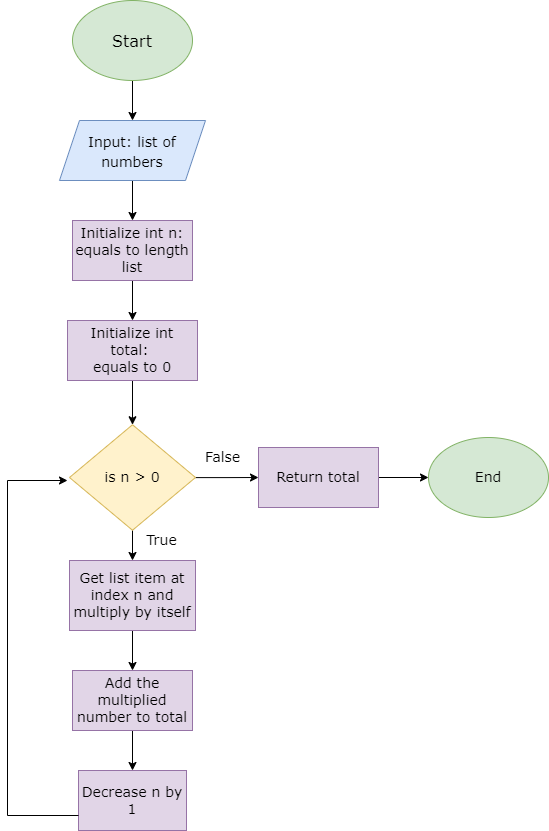
princeibs/alx-pre_course keeps this draw.io diagram as 0x00-map_your_mind/0-sum_squares.png. Above is the earlier version. Source tidied: cells renumbered, new cells last; positions are measured from the earlier drawing's top-left corner, leaving out a move shared by most shapes.
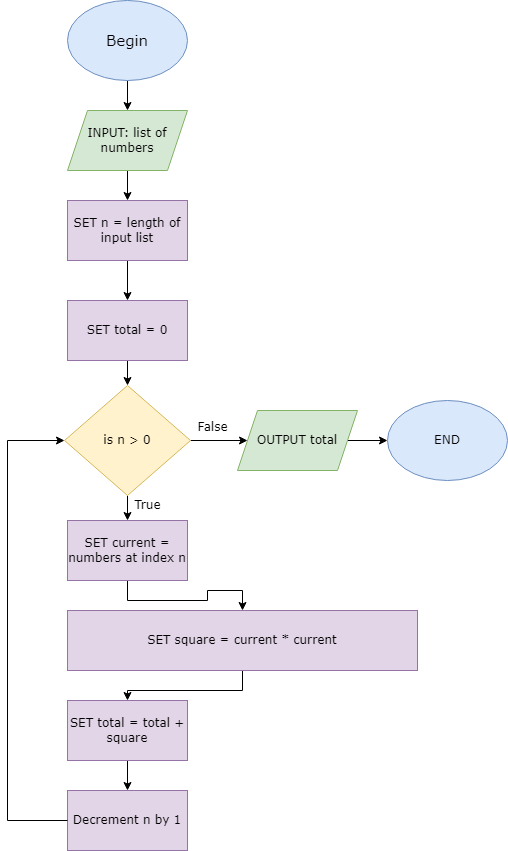
The same file after the commit.

What changed in the source:
```diff
@@ -2,82 +2,83 @@
   <root>
     <mxCell id="0" />
     <mxCell id="1" parent="0" />
-    <mxCell id="2" style="edgeStyle=orthogonalEdgeStyle;rounded=0;jettySize=auto;html=1;fontFamily=Verdana;fontSize=14;" parent="1" edge="1" source="3" target="5">
-      <mxGeometry relative="1" as="geometry" />
-    </mxCell>
-    <mxCell id="3" value="&lt;font style=&quot;font-size: 16px&quot; face=&quot;Verdana&quot;&gt;Start&lt;/font&gt;" style="ellipse;whiteSpace=wrap;html=1;fillColor=#d5e8d4;strokeColor=#82b366;" parent="1" vertex="1">
-      <mxGeometry x="65" width="120" height="80" as="geometry" />
-    </mxCell>
-    <mxCell id="4" style="edgeStyle=orthogonalEdgeStyle;rounded=0;jettySize=auto;html=1;fontFamily=Verdana;fontSize=14;" parent="1" edge="1" source="5" target="7">
-      <mxGeometry relative="1" as="geometry" />
-    </mxCell>
-    <mxCell id="5" value="&lt;font style=&quot;font-size: 14px&quot;&gt;Input: list of numbers&lt;/font&gt;" style="shape=parallelogram;perimeter=parallelogramPerimeter;whiteSpace=wrap;html=1;fixedSize=1;fontFamily=Verdana;fontSize=16;fillColor=#dae8fc;strokeColor=#6c8ebf;" parent="1" vertex="1">
-      <mxGeometry x="52" y="120" width="146" height="60" as="geometry" />
-    </mxCell>
-    <mxCell id="6" style="edgeStyle=orthogonalEdgeStyle;rounded=0;jettySize=auto;html=1;fontFamily=Verdana;fontSize=14;" parent="1" edge="1" source="7" target="9">
-      <mxGeometry relative="1" as="geometry" />
-    </mxCell>
-    <mxCell id="7" value="Initialize int n: equals to length list" style="rounded=0;whiteSpace=wrap;html=1;fontFamily=Verdana;fontSize=14;fillColor=#e1d5e7;strokeColor=#9673a6;" parent="1" vertex="1">
-      <mxGeometry x="65" y="220" width="120" height="60" as="geometry" />
-    </mxCell>
-    <mxCell id="8" style="edgeStyle=orthogonalEdgeStyle;rounded=0;jettySize=auto;html=1;fontFamily=Verdana;fontSize=14;" parent="1" edge="1" source="9" target="12">
-      <mxGeometry relative="1" as="geometry" />
-    </mxCell>
-    <mxCell id="9" value="Initialize int total:&amp;nbsp;&lt;br&gt;equals to 0" style="rounded=0;whiteSpace=wrap;html=1;fontFamily=Verdana;fontSize=14;fillColor=#e1d5e7;strokeColor=#9673a6;" parent="1" vertex="1">
-      <mxGeometry x="60" y="320" width="130" height="60" as="geometry" />
-    </mxCell>
-    <mxCell id="10" style="edgeStyle=orthogonalEdgeStyle;rounded=0;jettySize=auto;html=1;fontFamily=Verdana;fontSize=14;" parent="1" edge="1" source="12" target="15">
-      <mxGeometry relative="1" as="geometry" />
-    </mxCell>
-    <mxCell id="11" style="edgeStyle=orthogonalEdgeStyle;rounded=0;jettySize=auto;html=1;fontFamily=Verdana;fontSize=14;" parent="1" edge="1" source="12" target="17">
-      <mxGeometry relative="1" as="geometry" />
-    </mxCell>
+    <mxCell id="25" style="edgeStyle=orthogonalEdgeStyle;rounded=0;jettySize=auto;html=1;fontFamily=Verdana;fontSize=15;" parent="1" edge="1" source="26" target="28">
+      <mxGeometry relative="1" as="geometry" />
+    </mxCell>
+    <mxCell id="26" value="&lt;font face=&quot;Verdana&quot; style=&quot;font-size: 15px&quot;&gt;Begin&lt;/font&gt;" style="ellipse;whiteSpace=wrap;html=1;fillColor=#dae8fc;strokeColor=#6c8ebf;" parent="1" vertex="1">
+      <mxGeometry x="91" y="10" width="120" height="80" as="geometry" />
+    </mxCell>
+    <mxCell id="27" style="edgeStyle=orthogonalEdgeStyle;rounded=0;jettySize=auto;html=1;fontFamily=Verdana;fontSize=15;" parent="1" edge="1" source="28" target="30">
+      <mxGeometry relative="1" as="geometry" />
+    </mxCell>
+    <mxCell id="28" value="&lt;font face=&quot;Verdana&quot;&gt;INPUT: list of numbers&lt;/font&gt;" style="shape=parallelogram;perimeter=parallelogramPerimeter;whiteSpace=wrap;html=1;fixedSize=1;fillColor=#d5e8d4;strokeColor=#82b366;" parent="1" vertex="1">
+      <mxGeometry x="91" y="120" width="120" height="60" as="geometry" />
+    </mxCell>
+    <mxCell id="29" style="edgeStyle=orthogonalEdgeStyle;rounded=0;jettySize=auto;html=1;fontFamily=Verdana;fontSize=15;" parent="1" edge="1" source="30" target="32">
+      <mxGeometry relative="1" as="geometry" />
+    </mxCell>
+    <mxCell id="30" value="&lt;font face=&quot;Verdana&quot;&gt;SET n = length of input list&lt;/font&gt;" style="rounded=0;whiteSpace=wrap;html=1;fillColor=#e1d5e7;strokeColor=#9673a6;" parent="1" vertex="1">
+      <mxGeometry x="91" y="210" width="120" height="60" as="geometry" />
+    </mxCell>
+    <mxCell id="31" style="edgeStyle=orthogonalEdgeStyle;rounded=0;jettySize=auto;html=1;fontFamily=Verdana;fontSize=15;" parent="1" edge="1" source="32" target="12">
+      <mxGeometry relative="1" as="geometry" />
+    </mxCell>
+    <mxCell id="32" value="&lt;font face=&quot;Verdana&quot;&gt;SET total = 0&lt;/font&gt;" style="rounded=0;whiteSpace=wrap;html=1;fillColor=#e1d5e7;strokeColor=#9673a6;" parent="1" vertex="1">
+      <mxGeometry x="91" y="310" width="120" height="60" as="geometry" />
+    </mxCell>
+    <mxCell id="33" style="edgeStyle=orthogonalEdgeStyle;rounded=0;jettySize=auto;html=1;fontFamily=Verdana;fontSize=15;" parent="1" edge="1" source="12" target="43">
+      <mxGeometry relative="1" as="geometry" />
+    </mxCell>
+    <mxCell id="34" style="edgeStyle=orthogonalEdgeStyle;rounded=0;jettySize=auto;html=1;fontFamily=Verdana;fontSize=15;" parent="1" edge="1" source="12" target="36">
+      <mxGeometry relative="1" as="geometry" />
+    </mxCell>
-    <mxCell id="12" value="is n &amp;gt; 0" style="rhombus;whiteSpace=wrap;html=1;fontFamily=Verdana;fontSize=14;fillColor=#fff2cc;strokeColor=#d6b656;" parent="1" vertex="1">
-      <mxGeometry x="62" y="424.2" width="126" height="105.5" as="geometry" />
+    <mxCell id="12" value="&lt;font face=&quot;Verdana&quot;&gt;is n &amp;gt; 0&lt;/font&gt;" style="rhombus;whiteSpace=wrap;html=1;fillColor=#fff2cc;strokeColor=#d6b656;" parent="1" vertex="1">
+      <mxGeometry x="88" y="395" width="126" height="110" as="geometry" />
     </mxCell>
-    <mxCell id="13" value="End" style="ellipse;whiteSpace=wrap;html=1;fontFamily=Verdana;fontSize=14;fillColor=#d5e8d4;strokeColor=#82b366;" parent="1" vertex="1">
-      <mxGeometry x="421" y="437" width="120" height="80" as="geometry" />
-    </mxCell>
-    <mxCell id="14" style="edgeStyle=orthogonalEdgeStyle;rounded=0;jettySize=auto;html=1;fontFamily=Verdana;fontSize=14;" parent="1" edge="1" source="15" target="13">
-      <mxGeometry relative="1" as="geometry" />
-    </mxCell>
-    <mxCell id="15" value="Return total" style="rounded=0;whiteSpace=wrap;html=1;fontFamily=Verdana;fontSize=14;fillColor=#e1d5e7;strokeColor=#9673a6;" parent="1" vertex="1">
-      <mxGeometry x="251" y="447" width="120" height="60" as="geometry" />
-    </mxCell>
-    <mxCell id="16" style="edgeStyle=orthogonalEdgeStyle;rounded=0;jettySize=auto;html=1;fontFamily=Verdana;fontSize=14;" parent="1" edge="1" source="17" target="19">
-      <mxGeometry relative="1" as="geometry" />
-    </mxCell>
-    <mxCell id="17" value="Get list item at index n and multiply by itself" style="rounded=0;whiteSpace=wrap;html=1;fontFamily=Verdana;fontSize=14;fillColor=#e1d5e7;strokeColor=#9673a6;" parent="1" vertex="1">
-      <mxGeometry x="62" y="560" width="126" height="70" as="geometry" />
-    </mxCell>
-    <mxCell id="18" style="edgeStyle=orthogonalEdgeStyle;rounded=0;jettySize=auto;html=1;fontFamily=Verdana;fontSize=14;" parent="1" edge="1" source="19" target="21">
-      <mxGeometry relative="1" as="geometry" />
-    </mxCell>
-    <mxCell id="19" value="Add the multiplied number to total" style="rounded=0;whiteSpace=wrap;html=1;fontFamily=Verdana;fontSize=14;fillColor=#e1d5e7;strokeColor=#9673a6;" parent="1" vertex="1">
-      <mxGeometry x="65" y="670" width="120" height="60" as="geometry" />
-    </mxCell>
-    <mxCell id="20" style="edgeStyle=orthogonalEdgeStyle;rounded=0;jettySize=auto;html=1;exitX=0;exitY=0.5;exitDx=0;exitDy=0;fontFamily=Verdana;fontSize=14;" parent="1" edge="1" source="21">
-      <mxGeometry relative="1" as="geometry">
-        <mxPoint x="81" y="790" as="targetPoint" />
-      </mxGeometry>
-    </mxCell>
-    <mxCell id="21" value="Decrease n by 1" style="rounded=0;whiteSpace=wrap;html=1;fontFamily=Verdana;fontSize=14;fillColor=#e1d5e7;strokeColor=#9673a6;" parent="1" vertex="1">
-      <mxGeometry x="71" y="770" width="108" height="60" as="geometry" />
-    </mxCell>
-    <mxCell id="22" style="endArrow=classic;html=1;rounded=0;fontFamily=Verdana;fontSize=14;exitX=0;exitY=0.75;exitDx=0;exitDy=0;" parent="1" edge="1" source="21">
-      <mxGeometry relative="1" as="geometry">
-        <mxPoint x="60" y="480" as="targetPoint" />
-        <Array as="points">
-          <mxPoint y="815" />
-          <mxPoint y="480" />
-        </Array>
-      </mxGeometry>
-    </mxCell>
+    <mxCell id="35" style="edgeStyle=orthogonalEdgeStyle;rounded=0;jettySize=auto;html=1;fontFamily=Verdana;fontSize=15;" parent="1" edge="1" source="36" target="38">
+      <mxGeometry relative="1" as="geometry" />
+    </mxCell>
+    <mxCell id="36" value="&lt;font face=&quot;Verdana&quot;&gt;SET current = numbers at index n&lt;/font&gt;" style="rounded=0;whiteSpace=wrap;html=1;fillColor=#e1d5e7;strokeColor=#9673a6;" parent="1" vertex="1">
+      <mxGeometry x="91" y="530" width="120" height="60" as="geometry" />
+    </mxCell>
+    <mxCell id="37" style="edgeStyle=orthogonalEdgeStyle;rounded=0;jettySize=auto;html=1;fontFamily=Verdana;fontSize=15;" parent="1" edge="1" source="38" target="40">
+      <mxGeometry relative="1" as="geometry" />
+    </mxCell>
+    <mxCell id="38" value="&lt;font face=&quot;Verdana&quot;&gt;SET square = current * current&lt;/font&gt;" style="rounded=0;whiteSpace=wrap;html=1;fillColor=#e1d5e7;strokeColor=#9673a6;" parent="1" vertex="1">
+      <mxGeometry x="91" y="620" width="350" height="60" as="geometry" />
+    </mxCell>
+    <mxCell id="39" style="edgeStyle=orthogonalEdgeStyle;rounded=0;jettySize=auto;html=1;fontFamily=Verdana;fontSize=15;" parent="1" edge="1" source="40" target="41">
+      <mxGeometry relative="1" as="geometry" />
+    </mxCell>
+    <mxCell id="40" value="&lt;font face=&quot;Verdana&quot;&gt;SET total = total + square&lt;/font&gt;" style="rounded=0;whiteSpace=wrap;html=1;fillColor=#e1d5e7;strokeColor=#9673a6;" parent="1" vertex="1">
+      <mxGeometry x="91" y="710" width="120" height="60" as="geometry" />
+    </mxCell>
+    <mxCell id="41" value="&lt;font face=&quot;Verdana&quot;&gt;Decrement n by 1&lt;/font&gt;" style="rounded=0;whiteSpace=wrap;html=1;fillColor=#e1d5e7;strokeColor=#9673a6;" parent="1" vertex="1">
+      <mxGeometry x="91" y="800" width="120" height="60" as="geometry" />
+    </mxCell>
+    <mxCell id="42" style="edgeStyle=orthogonalEdgeStyle;rounded=0;jettySize=auto;html=1;fontFamily=Verdana;fontSize=15;" parent="1" edge="1" source="43" target="44">
+      <mxGeometry relative="1" as="geometry" />
+    </mxCell>
+    <mxCell id="43" value="&lt;font face=&quot;Verdana&quot;&gt;OUTPUT total&lt;/font&gt;" style="shape=parallelogram;perimeter=parallelogramPerimeter;whiteSpace=wrap;html=1;fixedSize=1;fillColor=#d5e8d4;strokeColor=#82b366;" parent="1" vertex="1">
+      <mxGeometry x="261" y="420" width="120" height="60" as="geometry" />
+    </mxCell>
+    <mxCell id="44" value="&lt;font face=&quot;Verdana&quot;&gt;END&lt;/font&gt;" style="ellipse;whiteSpace=wrap;html=1;fillColor=#dae8fc;strokeColor=#6c8ebf;" parent="1" vertex="1">
+      <mxGeometry x="411" y="410" width="120" height="80" as="geometry" />
+    </mxCell>
-    <mxCell id="23" value="False" style="text;html=1;align=center;verticalAlign=middle;strokeColor=none;fillColor=none;fontSize=14;fontFamily=Verdana;" parent="1" vertex="1">
-      <mxGeometry x="190" y="447" width="50" height="20" as="geometry" />
+    <mxCell id="23" value="&lt;font style=&quot;font-size: 12px&quot;&gt;False&lt;/font&gt;" style="text;html=1;align=center;verticalAlign=middle;strokeColor=none;fillColor=none;fontSize=15;fontFamily=Verdana;" parent="1" vertex="1">
+      <mxGeometry x="211" y="420" width="50" height="30" as="geometry" />
     </mxCell>
-    <mxCell id="24" value="True&lt;br&gt;" style="text;html=1;align=center;verticalAlign=middle;strokeColor=none;fillColor=none;fontSize=14;fontFamily=Verdana;" parent="1" vertex="1">
-      <mxGeometry x="129" y="529.8" width="50" height="20" as="geometry" />
+    <mxCell id="24" value="True" style="text;html=1;align=center;verticalAlign=middle;strokeColor=none;fillColor=none;fontSize=12;fontFamily=Verdana;" parent="1" vertex="1">
+      <mxGeometry x="151" y="505" width="40" height="20" as="geometry" />
     </mxCell>
+    <mxCell id="45" style="endArrow=classic;html=1;rounded=0;fontFamily=Verdana;fontSize=12;entryX=0;entryY=0.5;entryDx=0;entryDy=0;" parent="1" edge="1" target="12">
+      <mxGeometry relative="1" as="geometry">
+        <mxPoint x="91" y="830" as="sourcePoint" />
+        <Array as="points">
+          <mxPoint x="31" y="830" />
+          <mxPoint x="31" y="450" />
+        </Array>
+      </mxGeometry>
+    </mxCell>
   </root>
 </mxGraphModel>
```
